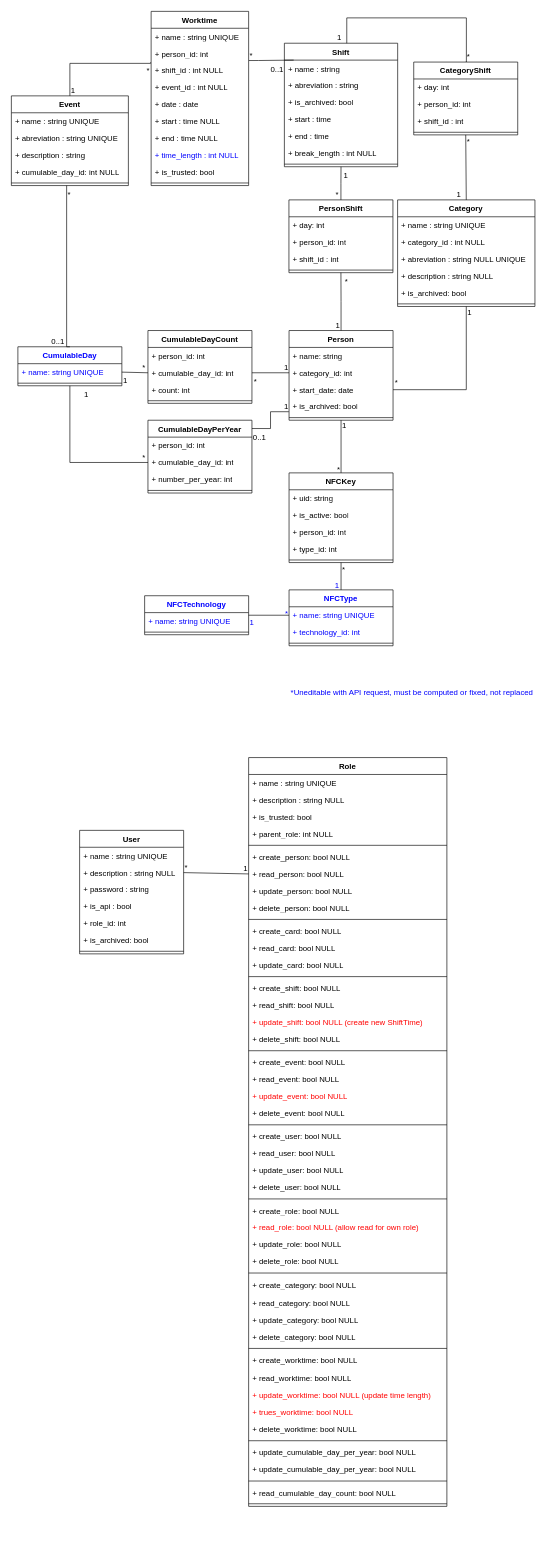
Earlier version of the draw.io diagram TimeManagerMLD.drawio (FrShao/TimeManager). Source tidied: cells renumbered, new cells numbered last; positions are measured from the earlier drawing's top-left corner, leaving out a move shared by most shapes. Both pictures are drawn from the tidied source at 65%, with x=0, y=0 at pixel (11, 11).
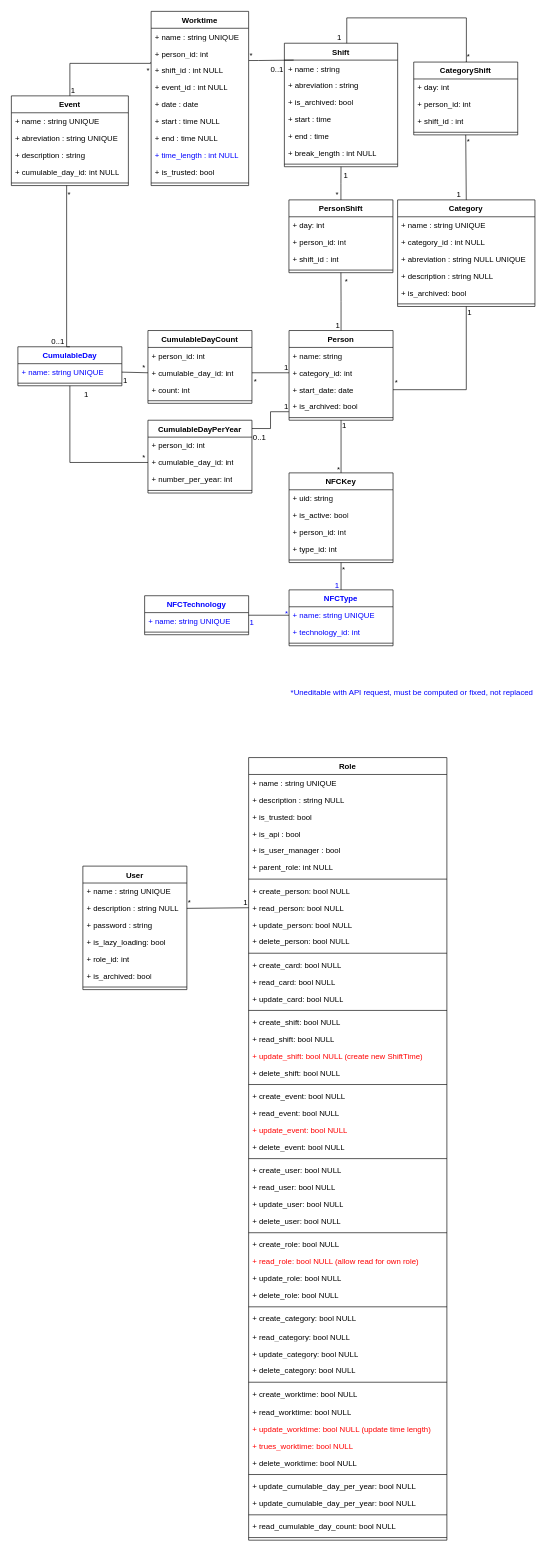
After the change.

Commit message:
Mettre à jour TimeManagerMLD.drawio

What changed in the source:
```diff
@@
     <mxCell id="8" value="Role" style="swimlane;fontStyle=1;align=center;verticalAlign=top;horizontal=1;startSize=26;whiteSpace=wrap;html=1;" parent="1" vertex="1">
-      <mxGeometry x="365" y="1148" width="305" height="1152" as="geometry" />
+      <mxGeometry x="365" y="1148" width="305" height="1204" as="geometry" />
     </mxCell>
@@
+    <mxCell id="89" value="+ is_api : bool" style="text;strokeColor=none;fillColor=none;align=left;verticalAlign=top;spacingLeft=4;spacingRight=4;overflow=hidden;whiteSpace=wrap;html=1;" parent="8" vertex="1">
+      <mxGeometry y="104" width="305" height="26" as="geometry" />
+    </mxCell>
+    <mxCell id="184" value="+ is_user_manager : bool" style="text;strokeColor=none;fillColor=none;align=left;verticalAlign=top;spacingLeft=4;spacingRight=4;overflow=hidden;whiteSpace=wrap;html=1;" parent="8" vertex="1">
+      <mxGeometry y="130" width="305" height="26" as="geometry" />
+    </mxCell>
     <mxCell id="12" value="+ parent_role: int NULL" style="text;strokeColor=none;fillColor=none;align=left;verticalAlign=top;spacingLeft=4;spacingRight=4;overflow=hidden;whiteSpace=wrap;html=1;" parent="8" vertex="1">
-      <mxGeometry y="104" width="305" height="26" as="geometry" />
+      <mxGeometry y="156" width="305" height="26" as="geometry" />
     </mxCell>
     <mxCell id="13" style="line;strokeWidth=1;dashed=0;labelPosition=right;align=left;verticalAlign=middle;spacingTop=0;spacingLeft=6;" parent="8" vertex="1">
-      <mxGeometry y="130" width="305" height="10" as="geometry" />
+      <mxGeometry y="182" width="305" height="10" as="geometry" />
     </mxCell>
     <mxCell id="14" value="+ create_person: bool NULL" style="text;strokeColor=none;fillColor=none;align=left;verticalAlign=top;spacingLeft=4;spacingRight=4;overflow=hidden;whiteSpace=wrap;html=1;" parent="8" vertex="1">
-      <mxGeometry y="140" width="305" height="26" as="geometry" />
+      <mxGeometry y="192" width="305" height="26" as="geometry" />
     </mxCell>
     <mxCell id="15" value="+ read_person: bool&amp;nbsp;NULL" style="text;strokeColor=none;fillColor=none;align=left;verticalAlign=top;spacingLeft=4;spacingRight=4;overflow=hidden;points=[[0,0.5],[1,0.5]];portConstraint=eastwest;whiteSpace=wrap;html=1;" parent="8" vertex="1">
-      <mxGeometry y="166" width="305" height="26" as="geometry" />
+      <mxGeometry y="218" width="305" height="26" as="geometry" />
     </mxCell>
     <mxCell id="16" value="&lt;font color=&quot;#000000&quot;&gt;+ update_person: bool&amp;nbsp;NULL&lt;/font&gt;" style="text;strokeColor=none;fillColor=none;align=left;verticalAlign=top;spacingLeft=4;spacingRight=4;overflow=hidden;whiteSpace=wrap;html=1;fontColor=#FF0000;" parent="8" vertex="1">
-      <mxGeometry y="192" width="305" height="26" as="geometry" />
+      <mxGeometry y="244" width="305" height="26" as="geometry" />
     </mxCell>
     <mxCell id="17" value="+ delete_person: bool&amp;nbsp;NULL" style="text;strokeColor=none;fillColor=none;align=left;verticalAlign=top;spacingLeft=4;spacingRight=4;overflow=hidden;whiteSpace=wrap;html=1;" parent="8" vertex="1">
-      <mxGeometry y="218" width="305" height="26" as="geometry" />
+      <mxGeometry y="270" width="305" height="26" as="geometry" />
     </mxCell>
     <mxCell id="18" style="line;strokeWidth=1;dashed=0;labelPosition=right;align=left;verticalAlign=middle;spacingTop=0;spacingLeft=6;" parent="8" vertex="1">
-      <mxGeometry y="244" width="305" height="10" as="geometry" />
+      <mxGeometry y="296" width="305" height="10" as="geometry" />
     </mxCell>
     <mxCell id="19" value="+ create_card: bool&amp;nbsp;NULL" style="text;strokeColor=none;fillColor=none;align=left;verticalAlign=top;spacingLeft=4;spacingRight=4;overflow=hidden;whiteSpace=wrap;html=1;" parent="8" vertex="1">
-      <mxGeometry y="254" width="305" height="26" as="geometry" />
+      <mxGeometry y="306" width="305" height="26" as="geometry" />
     </mxCell>
     <mxCell id="20" value="+ read_card: bool&amp;nbsp;NULL" style="text;strokeColor=none;fillColor=none;align=left;verticalAlign=top;spacingLeft=4;spacingRight=4;overflow=hidden;whiteSpace=wrap;html=1;" parent="8" vertex="1">
-      <mxGeometry y="280" width="305" height="26" as="geometry" />
+      <mxGeometry y="332" width="305" height="26" as="geometry" />
     </mxCell>
     <mxCell id="21" value="+ update_card: bool&amp;nbsp;NULL" style="text;strokeColor=none;fillColor=none;align=left;verticalAlign=top;spacingLeft=4;spacingRight=4;overflow=hidden;whiteSpace=wrap;html=1;" parent="8" vertex="1">
-      <mxGeometry y="306" width="305" height="26" as="geometry" />
+      <mxGeometry y="358" width="305" height="26" as="geometry" />
     </mxCell>
     <mxCell id="22" style="line;strokeWidth=1;dashed=0;labelPosition=right;align=left;verticalAlign=middle;spacingTop=0;spacingLeft=6;" parent="8" vertex="1">
-      <mxGeometry y="332" width="305" height="10" as="geometry" />
+      <mxGeometry y="384" width="305" height="10" as="geometry" />
     </mxCell>
     <mxCell id="23" value="+ create_shift: bool&amp;nbsp;NULL" style="text;strokeColor=none;fillColor=none;align=left;verticalAlign=top;spacingLeft=4;spacingRight=4;overflow=hidden;whiteSpace=wrap;html=1;" parent="8" vertex="1">
-      <mxGeometry y="342" width="305" height="26" as="geometry" />
+      <mxGeometry y="394" width="305" height="26" as="geometry" />
     </mxCell>
     <mxCell id="24" value="+ read_shift: bool&amp;nbsp;NULL" style="text;strokeColor=none;fillColor=none;align=left;verticalAlign=top;spacingLeft=4;spacingRight=4;overflow=hidden;whiteSpace=wrap;html=1;" parent="8" vertex="1">
-      <mxGeometry y="368" width="305" height="26" as="geometry" />
+      <mxGeometry y="420" width="305" height="26" as="geometry" />
     </mxCell>
     <mxCell id="25" value="+ update_shift: bool&amp;nbsp;NULL (create new ShiftTime)" style="text;strokeColor=none;fillColor=none;align=left;verticalAlign=top;spacingLeft=4;spacingRight=4;overflow=hidden;whiteSpace=wrap;html=1;fontColor=#FF0000;" parent="8" vertex="1">
-      <mxGeometry y="394" width="305" height="26" as="geometry" />
+      <mxGeometry y="446" width="305" height="26" as="geometry" />
     </mxCell>
     <mxCell id="26" value="+ delete_shift: bool&amp;nbsp;NULL" style="text;strokeColor=none;fillColor=none;align=left;verticalAlign=top;spacingLeft=4;spacingRight=4;overflow=hidden;whiteSpace=wrap;html=1;" parent="8" vertex="1">
-      <mxGeometry y="420" width="305" height="26" as="geometry" />
+      <mxGeometry y="472" width="305" height="26" as="geometry" />
     </mxCell>
     <mxCell id="27" style="line;strokeWidth=1;dashed=0;labelPosition=right;align=left;verticalAlign=middle;spacingTop=0;spacingLeft=6;" parent="8" vertex="1">
-      <mxGeometry y="446" width="305" height="10" as="geometry" />
+      <mxGeometry y="498" width="305" height="10" as="geometry" />
     </mxCell>
     <mxCell id="28" value="+ create_event: bool&amp;nbsp;NULL" style="text;strokeColor=none;fillColor=none;align=left;verticalAlign=top;spacingLeft=4;spacingRight=4;overflow=hidden;whiteSpace=wrap;html=1;" parent="8" vertex="1">
-      <mxGeometry y="456" width="305" height="26" as="geometry" />
+      <mxGeometry y="508" width="305" height="26" as="geometry" />
     </mxCell>
     <mxCell id="29" value="+ read_event: bool&amp;nbsp;NULL" style="text;strokeColor=none;fillColor=none;align=left;verticalAlign=top;spacingLeft=4;spacingRight=4;overflow=hidden;whiteSpace=wrap;html=1;" parent="8" vertex="1">
-      <mxGeometry y="482" width="305" height="26" as="geometry" />
+      <mxGeometry y="534" width="305" height="26" as="geometry" />
     </mxCell>
     <mxCell id="30" value="+ update_event: bool&amp;nbsp;NULL" style="text;strokeColor=none;fillColor=none;align=left;verticalAlign=top;spacingLeft=4;spacingRight=4;overflow=hidden;whiteSpace=wrap;html=1;fontColor=#FF0000;" parent="8" vertex="1">
-      <mxGeometry y="508" width="305" height="26" as="geometry" />
+      <mxGeometry y="560" width="305" height="26" as="geometry" />
     </mxCell>
     <mxCell id="31" value="+ delete_event: bool&amp;nbsp;NULL" style="text;strokeColor=none;fillColor=none;align=left;verticalAlign=top;spacingLeft=4;spacingRight=4;overflow=hidden;whiteSpace=wrap;html=1;" parent="8" vertex="1">
-      <mxGeometry y="534" width="305" height="26" as="geometry" />
+      <mxGeometry y="586" width="305" height="26" as="geometry" />
     </mxCell>
     <mxCell id="32" style="line;strokeWidth=1;dashed=0;labelPosition=right;align=left;verticalAlign=middle;spacingTop=0;spacingLeft=6;" parent="8" vertex="1">
-      <mxGeometry y="560" width="305" height="10" as="geometry" />
+      <mxGeometry y="612" width="305" height="10" as="geometry" />
     </mxCell>
     <mxCell id="33" value="+ create_user: bool&amp;nbsp;NULL" style="text;strokeColor=none;fillColor=none;align=left;verticalAlign=top;spacingLeft=4;spacingRight=4;overflow=hidden;whiteSpace=wrap;html=1;" parent="8" vertex="1">
-      <mxGeometry y="570" width="305" height="26" as="geometry" />
+      <mxGeometry y="622" width="305" height="26" as="geometry" />
     </mxCell>
     <mxCell id="34" value="+ read_user: bool&amp;nbsp;NULL" style="text;strokeColor=none;fillColor=none;align=left;verticalAlign=top;spacingLeft=4;spacingRight=4;overflow=hidden;whiteSpace=wrap;html=1;" parent="8" vertex="1">
-      <mxGeometry y="596" width="305" height="26" as="geometry" />
+      <mxGeometry y="648" width="305" height="26" as="geometry" />
     </mxCell>
     <mxCell id="35" value="+ update_user: bool&amp;nbsp;NULL" style="text;strokeColor=none;fillColor=none;align=left;verticalAlign=top;spacingLeft=4;spacingRight=4;overflow=hidden;whiteSpace=wrap;html=1;" parent="8" vertex="1">
-      <mxGeometry y="622" width="305" height="26" as="geometry" />
+      <mxGeometry y="674" width="305" height="26" as="geometry" />
     </mxCell>
     <mxCell id="36" value="+ delete_user: bool&amp;nbsp;NULL" style="text;strokeColor=none;fillColor=none;align=left;verticalAlign=top;spacingLeft=4;spacingRight=4;overflow=hidden;whiteSpace=wrap;html=1;" parent="8" vertex="1">
-      <mxGeometry y="648" width="305" height="26" as="geometry" />
+      <mxGeometry y="700" width="305" height="26" as="geometry" />
     </mxCell>
     <mxCell id="37" style="line;strokeWidth=1;dashed=0;labelPosition=right;align=left;verticalAlign=middle;spacingTop=0;spacingLeft=6;" parent="8" vertex="1">
-      <mxGeometry y="674" width="305" height="10" as="geometry" />
+      <mxGeometry y="726" width="305" height="10" as="geometry" />
     </mxCell>
     <mxCell id="38" value="+ create_role: bool&amp;nbsp;NULL" style="text;strokeColor=none;fillColor=none;align=left;verticalAlign=top;spacingLeft=4;spacingRight=4;overflow=hidden;whiteSpace=wrap;html=1;" parent="8" vertex="1">
-      <mxGeometry y="684" width="305" height="26" as="geometry" />
+      <mxGeometry y="736" width="305" height="26" as="geometry" />
     </mxCell>
     <mxCell id="39" value="+ read_role: bool&amp;nbsp;NULL (allow read for own role)" style="text;strokeColor=none;fillColor=none;align=left;verticalAlign=top;spacingLeft=4;spacingRight=4;overflow=hidden;whiteSpace=wrap;html=1;fontColor=#FF0000;" parent="8" vertex="1">
-      <mxGeometry y="710" width="305" height="26" as="geometry" />
+      <mxGeometry y="762" width="305" height="26" as="geometry" />
     </mxCell>
     <mxCell id="40" value="+ update_role: bool&amp;nbsp;NULL" style="text;strokeColor=none;fillColor=none;align=left;verticalAlign=top;spacingLeft=4;spacingRight=4;overflow=hidden;whiteSpace=wrap;html=1;" parent="8" vertex="1">
-      <mxGeometry y="736" width="305" height="26" as="geometry" />
+      <mxGeometry y="788" width="305" height="26" as="geometry" />
     </mxCell>
     <mxCell id="41" value="+ delete_role: bool&amp;nbsp;NULL" style="text;strokeColor=none;fillColor=none;align=left;verticalAlign=top;spacingLeft=4;spacingRight=4;overflow=hidden;whiteSpace=wrap;html=1;" parent="8" vertex="1">
-      <mxGeometry y="762" width="305" height="26" as="geometry" />
+      <mxGeometry y="814" width="305" height="26" as="geometry" />
     </mxCell>
     <mxCell id="42" style="line;strokeWidth=1;dashed=0;labelPosition=right;align=left;verticalAlign=middle;spacingTop=0;spacingLeft=6;" parent="8" vertex="1">
-      <mxGeometry y="788" width="305" height="10" as="geometry" />
+      <mxGeometry y="840" width="305" height="10" as="geometry" />
     </mxCell>
     <mxCell id="43" value="+ create_category: bool&amp;nbsp;NULL" style="text;strokeColor=none;fillColor=none;align=left;verticalAlign=top;spacingLeft=4;spacingRight=4;overflow=hidden;whiteSpace=wrap;html=1;" parent="8" vertex="1">
-      <mxGeometry y="798" width="305" height="28" as="geometry" />
+      <mxGeometry y="850" width="305" height="28" as="geometry" />
     </mxCell>
     <mxCell id="44" value="+ read_category: bool&amp;nbsp;NULL" style="text;strokeColor=none;fillColor=none;align=left;verticalAlign=top;spacingLeft=4;spacingRight=4;overflow=hidden;whiteSpace=wrap;html=1;" parent="8" vertex="1">
-      <mxGeometry y="826" width="305" height="26" as="geometry" />
+      <mxGeometry y="878" width="305" height="26" as="geometry" />
     </mxCell>
     <mxCell id="45" value="+ update_category: bool&amp;nbsp;NULL" style="text;strokeColor=none;fillColor=none;align=left;verticalAlign=top;spacingLeft=4;spacingRight=4;overflow=hidden;whiteSpace=wrap;html=1;" parent="8" vertex="1">
-      <mxGeometry y="852" width="305" height="26" as="geometry" />
+      <mxGeometry y="904" width="305" height="26" as="geometry" />
     </mxCell>
     <mxCell id="46" value="+ delete_category: bool&amp;nbsp;NULL" style="text;strokeColor=none;fillColor=none;align=left;verticalAlign=top;spacingLeft=4;spacingRight=4;overflow=hidden;whiteSpace=wrap;html=1;" parent="8" vertex="1">
-      <mxGeometry y="878" width="305" height="26" as="geometry" />
+      <mxGeometry y="930" width="305" height="26" as="geometry" />
     </mxCell>
     <mxCell id="47" style="line;strokeWidth=1;dashed=0;labelPosition=right;align=left;verticalAlign=middle;spacingTop=0;spacingLeft=6;" parent="8" vertex="1">
-      <mxGeometry y="904" width="305" height="10" as="geometry" />
+      <mxGeometry y="956" width="305" height="10" as="geometry" />
     </mxCell>
     <mxCell id="48" value="+ create_worktime: bool&amp;nbsp;NULL" style="text;strokeColor=none;fillColor=none;align=left;verticalAlign=top;spacingLeft=4;spacingRight=4;overflow=hidden;whiteSpace=wrap;html=1;" parent="8" vertex="1">
-      <mxGeometry y="914" width="305" height="28" as="geometry" />
+      <mxGeometry y="966" width="305" height="28" as="geometry" />
     </mxCell>
     <mxCell id="49" value="+ read_worktime: bool&amp;nbsp;NULL" style="text;strokeColor=none;fillColor=none;align=left;verticalAlign=top;spacingLeft=4;spacingRight=4;overflow=hidden;whiteSpace=wrap;html=1;" parent="8" vertex="1">
-      <mxGeometry y="942" width="305" height="26" as="geometry" />
+      <mxGeometry y="994" width="305" height="26" as="geometry" />
     </mxCell>
     <mxCell id="50" value="+ update_worktime: bool&amp;nbsp;NULL (update time length)" style="text;strokeColor=none;fillColor=none;align=left;verticalAlign=top;spacingLeft=4;spacingRight=4;overflow=hidden;whiteSpace=wrap;html=1;fontColor=#FF0000;" parent="8" vertex="1">
-      <mxGeometry y="968" width="305" height="26" as="geometry" />
+      <mxGeometry y="1020" width="305" height="26" as="geometry" />
     </mxCell>
     <mxCell id="51" value="+ trues_worktime: bool&amp;nbsp;NULL" style="text;strokeColor=none;fillColor=none;align=left;verticalAlign=top;spacingLeft=4;spacingRight=4;overflow=hidden;whiteSpace=wrap;html=1;fontColor=#FF0000;" parent="8" vertex="1">
-      <mxGeometry y="994" width="305" height="26" as="geometry" />
+      <mxGeometry y="1046" width="305" height="26" as="geometry" />
     </mxCell>
     <mxCell id="52" value="+ delete_worktime: bool&amp;nbsp;NULL" style="text;strokeColor=none;fillColor=none;align=left;verticalAlign=top;spacingLeft=4;spacingRight=4;overflow=hidden;whiteSpace=wrap;html=1;" parent="8" vertex="1">
-      <mxGeometry y="1020" width="305" height="26" as="geometry" />
+      <mxGeometry y="1072" width="305" height="26" as="geometry" />
     </mxCell>
     <mxCell id="53" style="line;strokeWidth=1;dashed=0;labelPosition=right;align=left;verticalAlign=middle;spacingTop=0;spacingLeft=6;" parent="8" vertex="1">
-      <mxGeometry y="1046" width="305" height="10" as="geometry" />
+      <mxGeometry y="1098" width="305" height="10" as="geometry" />
     </mxCell>
     <mxCell id="54" value="+ update_cumulable_day_per_year: bool&amp;nbsp;NULL" style="text;strokeColor=none;fillColor=none;align=left;verticalAlign=top;spacingLeft=4;spacingRight=4;overflow=hidden;whiteSpace=wrap;html=1;fontColor=#000000;" parent="8" vertex="1">
-      <mxGeometry y="1056" width="305" height="26" as="geometry" />
+      <mxGeometry y="1108" width="305" height="26" as="geometry" />
     </mxCell>
     <mxCell id="55" value="+ update_cumulable_day_per_year: bool&amp;nbsp;NULL" style="text;strokeColor=none;fillColor=none;align=left;verticalAlign=top;spacingLeft=4;spacingRight=4;overflow=hidden;whiteSpace=wrap;html=1;fontColor=#000000;" parent="8" vertex="1">
-      <mxGeometry y="1082" width="305" height="26" as="geometry" />
+      <mxGeometry y="1134" width="305" height="26" as="geometry" />
     </mxCell>
     <mxCell id="56" style="line;strokeWidth=1;dashed=0;labelPosition=right;align=left;verticalAlign=middle;spacingTop=0;spacingLeft=6;" parent="8" vertex="1">
-      <mxGeometry y="1108" width="305" height="10" as="geometry" />
+      <mxGeometry y="1160" width="305" height="10" as="geometry" />
     </mxCell>
     <mxCell id="57" value="+ read_cumulable_day_count: bool&amp;nbsp;NULL" style="text;strokeColor=none;fillColor=none;align=left;verticalAlign=top;spacingLeft=4;spacingRight=4;overflow=hidden;whiteSpace=wrap;html=1;" parent="8" vertex="1">
-      <mxGeometry y="1118" width="305" height="26" as="geometry" />
+      <mxGeometry y="1170" width="305" height="26" as="geometry" />
     </mxCell>
     <mxCell id="58" style="line;strokeWidth=1;fillColor=none;align=left;verticalAlign=middle;spacingTop=-1;spacingLeft=3;spacingRight=3;labelPosition=right;strokeColor=inherit;" parent="8" vertex="1">
-      <mxGeometry y="1144" width="305" height="8" as="geometry" />
+      <mxGeometry y="1196" width="305" height="8" as="geometry" />
     </mxCell>
@@
     <mxCell id="85" value="User" style="swimlane;fontStyle=1;align=center;verticalAlign=top;horizontal=1;startSize=26;whiteSpace=wrap;html=1;" parent="1" vertex="1">
-      <mxGeometry x="105" y="1260" width="160" height="190" as="geometry" />
+      <mxGeometry x="110" y="1315" width="160" height="190" as="geometry" />
     </mxCell>
@@
-    <mxCell id="89" value="+ is_api : bool" style="text;strokeColor=none;fillColor=none;align=left;verticalAlign=top;spacingLeft=4;spacingRight=4;overflow=hidden;whiteSpace=wrap;html=1;" parent="85" vertex="1">
-      <mxGeometry y="104" width="160" height="26" as="geometry" />
-    </mxCell>
+    <mxCell id="185" value="+ is_lazy_loading: bool" style="text;strokeColor=none;fillColor=none;align=left;verticalAlign=top;spacingLeft=4;spacingRight=4;overflow=hidden;whiteSpace=wrap;html=1;" parent="85" vertex="1">
+      <mxGeometry y="104" width="160" height="26" as="geometry" />
+    </mxCell>
```
